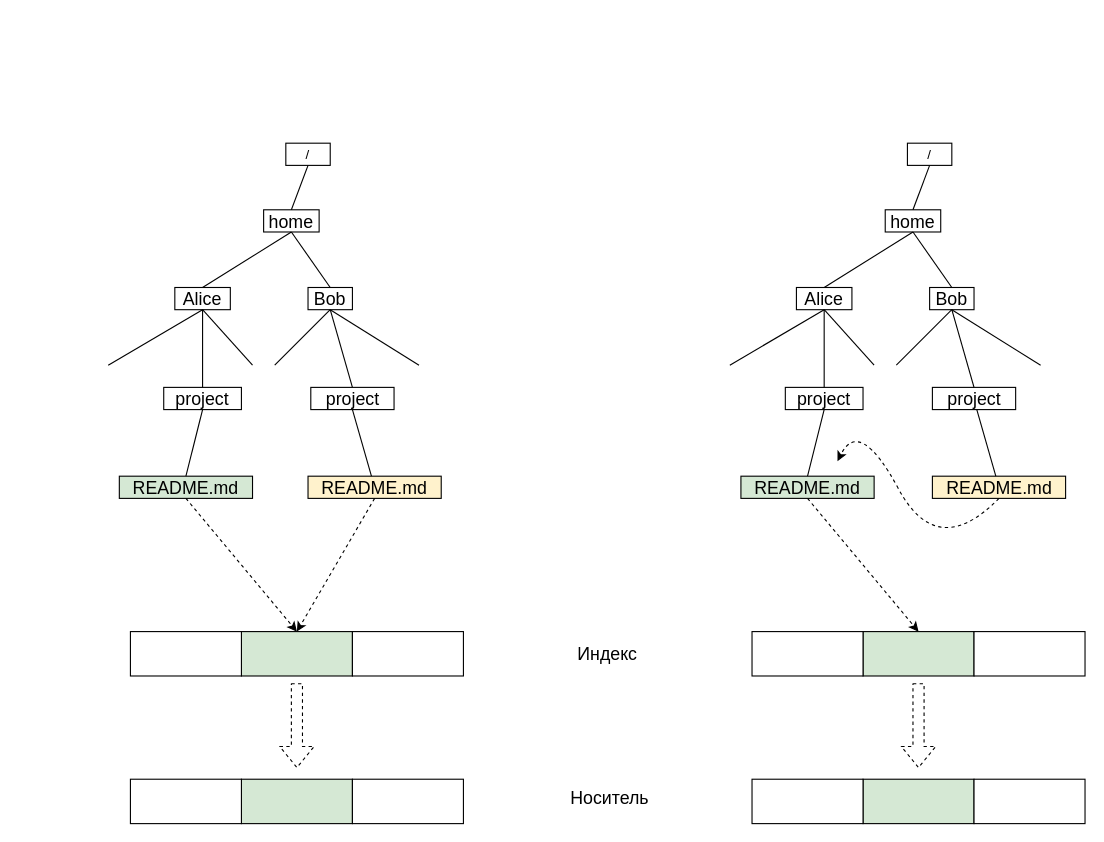
Before: page "h/s link_02" (7 of 17) of slides/extsto.drawio in 77maxikov/os_course, a draw.io diagram. Source tidied: cells renumbered, new cells numbered last; positions are measured from the earlier drawing's top-left corner, leaving out a move shared by most shapes. Both pictures are drawn from the tidied source at 111%, with x=0, y=0 at pixel (108, 143).
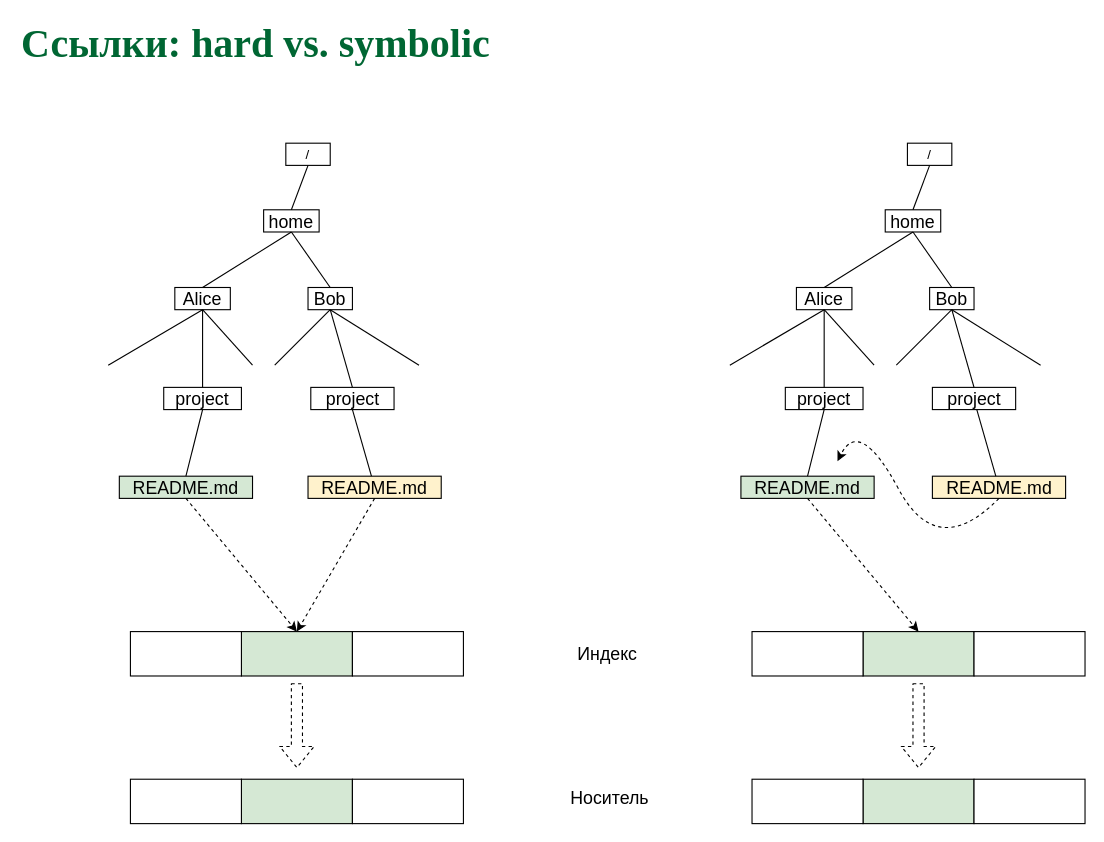
Above is the later version.

The edit, as a diff of the source:
```diff
@@
+    <mxCell id="60" value="&lt;font color=&quot;#006633&quot; face=&quot;garamond&quot;&gt;&lt;span style=&quot;font-size: 36px&quot;&gt;&lt;b&gt;Ссылки: hard vs. symbolic&lt;/b&gt;&lt;/span&gt;&lt;/font&gt;" style="text;html=1;align=left;verticalAlign=middle;whiteSpace=wrap;rounded=0;" parent="1" vertex="1">
+      <mxGeometry x="-80" y="-100.5" width="920" height="20" as="geometry" />
+    </mxCell>
```
